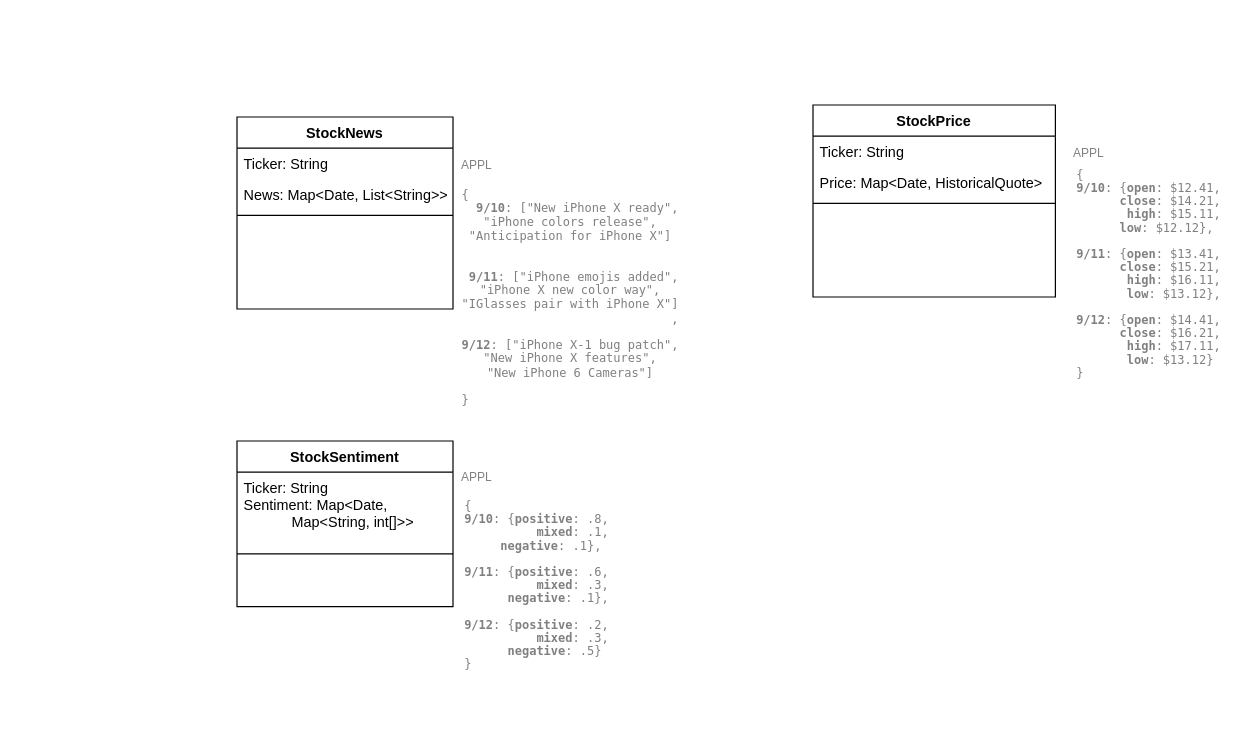
Earlier version of the draw.io diagram Untitled Diagram.drawio (KPPhiri/kpphiri). Source tidied: cells renumbered, new cells numbered last; positions are measured from the earlier drawing's top-left corner, leaving out a move shared by most shapes. Both pictures are drawn from the tidied source at 120%, with x=0, y=0 at pixel (236, 104).
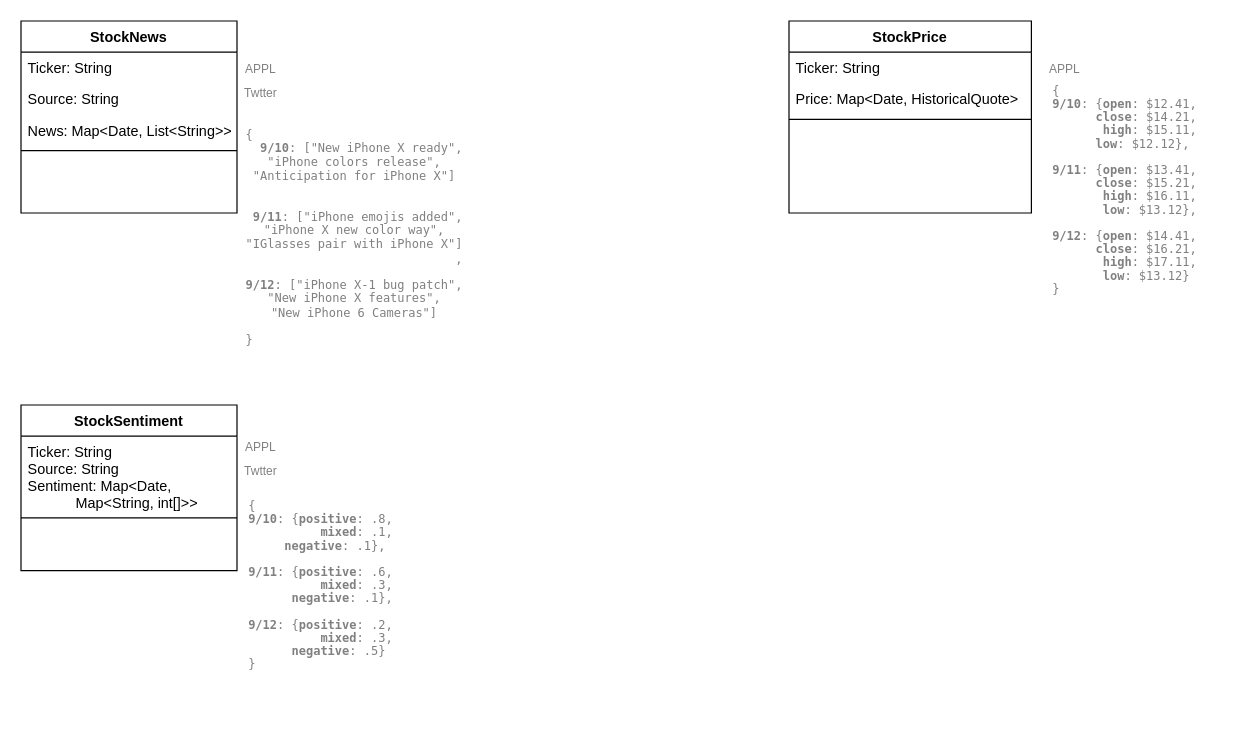
The same page after the edit.

Diff of the diagram source:
```diff
@@
     <mxCell id="2" value="StockNews" style="swimlane;fontStyle=1;align=center;verticalAlign=top;horizontal=1;startSize=26;rounded=0;shadow=0;strokeWidth=1;" parent="1" vertex="1">
-      <mxGeometry y="10" width="180" height="160" as="geometry" />
+      <mxGeometry x="-180" y="-70" width="180" height="160" as="geometry" />
     </mxCell>
@@
+    <mxCell id="20" value="Source: String" style="text;align=left;verticalAlign=top;spacingLeft=4;spacingRight=4;overflow=hidden;" parent="2" vertex="1">
+      <mxGeometry y="52" width="180" height="26" as="geometry" />
+    </mxCell>
     <mxCell id="4" value="News: Map&lt;Date, List&lt;String&gt;&gt;" style="text;align=left;verticalAlign=top;spacingLeft=4;spacingRight=4;overflow=hidden;rounded=0;shadow=0;html=0;" parent="2" vertex="1">
-      <mxGeometry y="52" width="180" height="26" as="geometry" />
+      <mxGeometry y="78" width="180" height="26" as="geometry" />
     </mxCell>
     <mxCell id="5" style="line;html=1;strokeWidth=1;align=left;verticalAlign=middle;spacingTop=-1;spacingLeft=3;spacingRight=3;labelPosition=right;" parent="2" vertex="1">
-      <mxGeometry y="78" width="180" height="8" as="geometry" />
+      <mxGeometry y="104" width="180" height="8" as="geometry" />
     </mxCell>
     <mxCell id="6" value="StockSentiment" style="swimlane;fontStyle=1;align=center;verticalAlign=top;horizontal=1;startSize=26;rounded=0;shadow=0;strokeWidth=1;" parent="1" vertex="1">
-      <mxGeometry y="280" width="180" height="138" as="geometry" />
+      <mxGeometry x="-180" y="250" width="180" height="138" as="geometry" />
     </mxCell>
-    <mxCell id="7" value="Ticker: String&#10;Sentiment: Map&lt;Date, &#10;            Map&lt;String, int[]&gt;&gt; &#10;&#10;&#10;&#10;&#10;&#10;" style="text;align=left;verticalAlign=top;spacingLeft=4;spacingRight=4;overflow=hidden;" parent="6" vertex="1">
+    <mxCell id="7" value="Ticker: String&#10;Source: String&#10;Sentiment: Map&lt;Date, &#10;            Map&lt;String, int[]&gt;&gt; &#10;&#10;&#10;&#10;&#10;&#10;" style="text;align=left;verticalAlign=top;spacingLeft=4;spacingRight=4;overflow=hidden;" parent="6" vertex="1">
       <mxGeometry y="26" width="180" height="64" as="geometry" />
     </mxCell>
@@
     <mxCell id="9" value="StockPrice" style="swimlane;fontStyle=1;align=center;verticalAlign=top;horizontal=1;startSize=26;rounded=0;shadow=0;strokeWidth=1;" parent="1" vertex="1">
-      <mxGeometry x="480" width="202" height="160" as="geometry" />
+      <mxGeometry x="460" y="-70" width="202" height="160" as="geometry" />
     </mxCell>
@@
     <mxCell id="14" value="&lt;font color=&quot;#808080&quot;&gt;APPL&lt;/font&gt;" style="text;html=1;strokeColor=none;fillColor=none;align=center;verticalAlign=middle;whiteSpace=wrap;rounded=0;fontSize=10;" parent="1" vertex="1">
-      <mxGeometry x="180" y="300" width="40" height="20" as="geometry" />
+      <mxGeometry y="275" width="40" height="20" as="geometry" />
     </mxCell>
     <mxCell id="15" value="&lt;font color=&quot;#808080&quot;&gt;APPL&lt;/font&gt;" style="text;html=1;strokeColor=none;fillColor=none;align=center;verticalAlign=middle;whiteSpace=wrap;rounded=0;fontSize=10;" parent="1" vertex="1">
-      <mxGeometry x="690" y="30" width="40" height="20" as="geometry" />
+      <mxGeometry x="670" y="-40" width="40" height="20" as="geometry" />
     </mxCell>
     <mxCell id="16" value="&lt;font color=&quot;#808080&quot;&gt;APPL&lt;/font&gt;" style="text;html=1;strokeColor=none;fillColor=none;align=center;verticalAlign=middle;whiteSpace=wrap;rounded=0;fontSize=10;" parent="1" vertex="1">
-      <mxGeometry x="180" y="40" width="40" height="20" as="geometry" />
+      <mxGeometry y="-40" width="40" height="20" as="geometry" />
     </mxCell>
     <mxCell id="17" value="&lt;p style=&quot;text-align: left ; margin: 0px ; font-stretch: normal ; font-size: 10px ; line-height: normal ; font-family: &amp;#34;menlo&amp;#34; ; color: rgb(128 , 128 , 128)&quot;&gt;{&amp;nbsp;&lt;/p&gt;&lt;p style=&quot;text-align: right ; margin: 0px ; font-stretch: normal ; font-size: 10px ; line-height: normal ; font-family: &amp;#34;menlo&amp;#34; ; color: rgb(128 , 128 , 128)&quot;&gt;&lt;b&gt;9/10&lt;/b&gt;: {&lt;b&gt;open&lt;/b&gt;: $12.41,&lt;/p&gt;&lt;p style=&quot;text-align: right ; margin: 0px ; font-stretch: normal ; font-size: 10px ; line-height: normal ; font-family: &amp;#34;menlo&amp;#34; ; color: rgb(128 , 128 , 128)&quot;&gt;&lt;span&gt;&lt;b&gt; close&lt;/b&gt;: $14.21,&lt;/span&gt;&lt;/p&gt;&lt;p style=&quot;text-align: right ; margin: 0px ; font-stretch: normal ; font-size: 10px ; line-height: normal ; font-family: &amp;#34;menlo&amp;#34; ; color: rgb(128 , 128 , 128)&quot;&gt;&lt;span&gt;&lt;b&gt; high&lt;/b&gt;: $15.11,&lt;/span&gt;&lt;/p&gt;&lt;p style=&quot;text-align: right ; margin: 0px ; font-stretch: normal ; font-size: 10px ; line-height: normal ; font-family: &amp;#34;menlo&amp;#34; ; color: rgb(128 , 128 , 128)&quot;&gt;&lt;span&gt;&lt;b&gt; low&lt;/b&gt;: $12.12},&amp;nbsp;&lt;/span&gt;&lt;/p&gt;&lt;p style=&quot;text-align: right ; margin: 0px ; font-stretch: normal ; font-size: 10px ; line-height: normal ; font-family: &amp;#34;menlo&amp;#34; ; color: rgb(128 , 128 , 128)&quot;&gt;&lt;span&gt;&lt;br&gt;&lt;/span&gt;&lt;/p&gt;&lt;p style=&quot;text-align: right ; margin: 0px ; font-stretch: normal ; line-height: normal ; font-family: &amp;#34;menlo&amp;#34; ; color: rgb(128 , 128 , 128)&quot;&gt;&lt;b&gt;9/11&lt;/b&gt;: {&lt;b&gt;open&lt;/b&gt;: $13.41,&lt;/p&gt;&lt;p style=&quot;text-align: right ; margin: 0px ; font-stretch: normal ; line-height: normal ; font-family: &amp;#34;menlo&amp;#34; ; color: rgb(128 , 128 , 128)&quot;&gt;&lt;span&gt;&lt;b&gt; close&lt;/b&gt;: $15.21,&lt;/span&gt;&lt;/p&gt;&lt;p style=&quot;text-align: right ; margin: 0px ; font-stretch: normal ; line-height: normal ; font-family: &amp;#34;menlo&amp;#34; ; color: rgb(128 , 128 , 128)&quot;&gt;&lt;span&gt;&lt;b&gt; high&lt;/b&gt;: $16.11,&lt;/span&gt;&lt;/p&gt;&lt;p style=&quot;text-align: right ; margin: 0px ; font-stretch: normal ; font-size: 10px ; line-height: normal ; font-family: &amp;#34;menlo&amp;#34; ; color: rgb(128 , 128 , 128)&quot;&gt;&lt;b&gt; low&lt;/b&gt;: $13.12},&lt;/p&gt;&lt;p style=&quot;text-align: right ; margin: 0px ; font-stretch: normal ; font-size: 10px ; line-height: normal ; font-family: &amp;#34;menlo&amp;#34; ; color: rgb(128 , 128 , 128)&quot;&gt;&lt;span&gt;&lt;br&gt;&lt;/span&gt;&lt;/p&gt;&lt;p style=&quot;text-align: right ; margin: 0px ; font-stretch: normal ; line-height: normal ; font-family: &amp;#34;menlo&amp;#34; ; color: rgb(128 , 128 , 128)&quot;&gt;&lt;b&gt;9/12&lt;/b&gt;: {&lt;b&gt;open&lt;/b&gt;: $14.41,&lt;/p&gt;&lt;p style=&quot;text-align: right ; margin: 0px ; font-stretch: normal ; line-height: normal ; font-family: &amp;#34;menlo&amp;#34; ; color: rgb(128 , 128 , 128)&quot;&gt;&lt;span&gt;&lt;b&gt; close&lt;/b&gt;: $16.21,&lt;/span&gt;&lt;/p&gt;&lt;p style=&quot;text-align: right ; margin: 0px ; font-stretch: normal ; line-height: normal ; font-family: &amp;#34;menlo&amp;#34; ; color: rgb(128 , 128 , 128)&quot;&gt;&lt;span&gt;&lt;b&gt; high&lt;/b&gt;: $17.11,&lt;/span&gt;&lt;/p&gt;&lt;p style=&quot;text-align: right ; margin: 0px ; font-stretch: normal ; font-size: 10px ; line-height: normal ; font-family: &amp;#34;menlo&amp;#34; ; color: rgb(128 , 128 , 128)&quot;&gt;&lt;b&gt; low&lt;/b&gt;: $13.12}&lt;span style=&quot;text-align: right&quot;&gt;&amp;nbsp;&lt;/span&gt;&lt;/p&gt;&lt;p style=&quot;text-align: left ; margin: 0px ; font-stretch: normal ; font-size: 10px ; line-height: normal ; font-family: &amp;#34;menlo&amp;#34; ; color: rgb(128 , 128 , 128)&quot;&gt;&lt;span style=&quot;text-align: right&quot;&gt;}&lt;/span&gt;&lt;/p&gt;&lt;p&gt;&lt;/p&gt;" style="text;html=1;strokeColor=none;fillColor=none;align=center;verticalAlign=middle;whiteSpace=wrap;rounded=0;fontSize=10;" parent="1" vertex="1">
-      <mxGeometry x="690" y="40" width="140" height="210" as="geometry" />
+      <mxGeometry x="670" y="-30" width="140" height="210" as="geometry" />
     </mxCell>
     <mxCell id="18" value="&lt;p style=&quot;text-align: left ; margin: 0px ; font-stretch: normal ; font-size: 10px ; line-height: normal ; font-family: &amp;#34;menlo&amp;#34; ; color: rgb(128 , 128 , 128)&quot;&gt;{&amp;nbsp;&lt;/p&gt;&lt;p style=&quot;text-align: right ; margin: 0px ; font-stretch: normal ; font-size: 10px ; line-height: normal ; font-family: &amp;#34;menlo&amp;#34; ; color: rgb(128 , 128 , 128)&quot;&gt;&lt;b&gt;9/10&lt;/b&gt;: [&quot;New iPhone X ready&quot;,&lt;/p&gt;&lt;span style=&quot;text-align: right&quot;&gt;&lt;font color=&quot;#808080&quot; face=&quot;menlo&quot;&gt;&quot;&lt;span&gt;iPhone&lt;/span&gt;&amp;nbsp;colors release&quot;,&lt;/font&gt;&lt;br&gt;&lt;/span&gt;&lt;span style=&quot;text-align: right&quot;&gt;&lt;font color=&quot;#808080&quot; face=&quot;menlo&quot;&gt;&quot;Anticipation for&amp;nbsp;&lt;span&gt;iPhone&lt;/span&gt;&amp;nbsp;X&quot;]&lt;/font&gt;&lt;/span&gt;&lt;span style=&quot;color: rgb(128 , 128 , 128) ; font-family: &amp;#34;menlo&amp;#34; ; text-align: right&quot;&gt;&lt;br&gt;&lt;/span&gt;&lt;p style=&quot;text-align: right ; margin: 0px ; font-stretch: normal ; font-size: 10px ; line-height: normal ; font-family: &amp;#34;menlo&amp;#34; ; color: rgb(128 , 128 , 128)&quot;&gt;&amp;nbsp;&lt;/p&gt;&lt;p style=&quot;text-align: right ; margin: 0px ; font-stretch: normal ; font-size: 10px ; line-height: normal ; font-family: &amp;#34;menlo&amp;#34; ; color: rgb(128 , 128 , 128)&quot;&gt;&lt;span&gt;&lt;br&gt;&lt;/span&gt;&lt;/p&gt;&lt;p style=&quot;text-align: right ; margin: 0px ; font-stretch: normal ; line-height: normal ; font-family: &amp;#34;menlo&amp;#34; ; color: rgb(128 , 128 , 128)&quot;&gt;&lt;b&gt;9/11&lt;/b&gt;: [&quot;iPhone emojis added&quot;,&lt;/p&gt;&lt;span style=&quot;text-align: right&quot;&gt;&lt;font color=&quot;#808080&quot; face=&quot;menlo&quot;&gt;&quot;&lt;span&gt;iPhone X&lt;/span&gt;&amp;nbsp;new color way&quot;,&lt;/font&gt;&lt;br&gt;&lt;/span&gt;&lt;span style=&quot;text-align: right&quot;&gt;&lt;font color=&quot;#808080&quot; face=&quot;menlo&quot;&gt;&quot;IGlasses pair with&amp;nbsp;&lt;span&gt;iPhone&lt;/span&gt;&amp;nbsp;X&quot;]&lt;/font&gt;&lt;/span&gt;&lt;span style=&quot;color: rgb(128 , 128 , 128) ; font-family: &amp;#34;menlo&amp;#34; ; text-align: right&quot;&gt;&lt;br&gt;&lt;/span&gt;&lt;p style=&quot;text-align: right ; margin: 0px ; font-stretch: normal ; font-size: 10px ; line-height: normal ; font-family: &amp;#34;menlo&amp;#34; ; color: rgb(128 , 128 , 128)&quot;&gt;,&lt;/p&gt;&lt;p style=&quot;text-align: right ; margin: 0px ; font-stretch: normal ; font-size: 10px ; line-height: normal ; font-family: &amp;#34;menlo&amp;#34; ; color: rgb(128 , 128 , 128)&quot;&gt;&lt;span&gt;&lt;br&gt;&lt;/span&gt;&lt;/p&gt;&lt;p style=&quot;text-align: right ; margin: 0px ; font-stretch: normal ; line-height: normal ; font-family: &amp;#34;menlo&amp;#34; ; color: rgb(128 , 128 , 128)&quot;&gt;&lt;b&gt;9/12&lt;/b&gt;: [&quot;iPhone X-1 bug patch&quot;,&lt;/p&gt;&lt;span style=&quot;color: rgb(128 , 128 , 128) ; font-family: &amp;#34;menlo&amp;#34; ; text-align: right&quot;&gt;&quot;New iPhone X features&quot;,&lt;br&gt;&lt;/span&gt;&lt;span style=&quot;color: rgb(128 , 128 , 128) ; font-family: &amp;#34;menlo&amp;#34; ; text-align: right&quot;&gt;&quot;New iPhone 6 Cameras&quot;]&lt;/span&gt;&lt;span style=&quot;color: rgb(128 , 128 , 128) ; font-family: &amp;#34;menlo&amp;#34; ; text-align: right&quot;&gt;&lt;br&gt;&lt;/span&gt;&lt;p style=&quot;text-align: right ; margin: 0px ; font-stretch: normal ; font-size: 10px ; line-height: normal ; font-family: &amp;#34;menlo&amp;#34; ; color: rgb(128 , 128 , 128)&quot;&gt;&lt;span style=&quot;text-align: right&quot;&gt;&amp;nbsp;&lt;/span&gt;&lt;/p&gt;&lt;p style=&quot;text-align: left ; margin: 0px ; font-stretch: normal ; font-size: 10px ; line-height: normal ; font-family: &amp;#34;menlo&amp;#34; ; color: rgb(128 , 128 , 128)&quot;&gt;&lt;span style=&quot;text-align: right&quot;&gt;}&lt;/span&gt;&lt;/p&gt;&lt;p&gt;&lt;/p&gt;" style="text;html=1;strokeColor=none;fillColor=none;align=center;verticalAlign=middle;whiteSpace=wrap;rounded=0;fontSize=10;" parent="1" vertex="1">
-      <mxGeometry x="170" y="60" width="216" height="210" as="geometry" />
+      <mxGeometry x="-10" y="10" width="216" height="210" as="geometry" />
     </mxCell>
     <mxCell id="19" value="&lt;p style=&quot;text-align: left ; margin: 0px ; font-stretch: normal ; font-size: 10px ; line-height: normal ; font-family: &amp;#34;menlo&amp;#34; ; color: rgb(128 , 128 , 128)&quot;&gt;{&amp;nbsp;&lt;/p&gt;&lt;p style=&quot;text-align: right ; margin: 0px ; font-stretch: normal ; font-size: 10px ; line-height: normal ; font-family: &amp;#34;menlo&amp;#34; ; color: rgb(128 , 128 , 128)&quot;&gt;&lt;b&gt;9/10&lt;/b&gt;: {&lt;b&gt;positive&lt;/b&gt;: .8,&lt;/p&gt;&lt;p style=&quot;text-align: right ; margin: 0px ; font-stretch: normal ; font-size: 10px ; line-height: normal ; font-family: &amp;#34;menlo&amp;#34; ; color: rgb(128 , 128 , 128)&quot;&gt;&lt;span&gt;&lt;b&gt; mixed&lt;/b&gt;: .1,&lt;/span&gt;&lt;/p&gt;&lt;p style=&quot;text-align: right ; margin: 0px ; font-stretch: normal ; font-size: 10px ; line-height: normal ; font-family: &amp;#34;menlo&amp;#34; ; color: rgb(128 , 128 , 128)&quot;&gt;&lt;span&gt;&lt;b&gt; negative&lt;/b&gt;: .1&lt;/span&gt;},&amp;nbsp;&lt;/p&gt;&lt;p style=&quot;text-align: right ; margin: 0px ; font-stretch: normal ; font-size: 10px ; line-height: normal ; font-family: &amp;#34;menlo&amp;#34; ; color: rgb(128 , 128 , 128)&quot;&gt;&lt;span&gt;&lt;br&gt;&lt;/span&gt;&lt;/p&gt;&lt;p style=&quot;text-align: right ; margin: 0px ; font-stretch: normal ; line-height: normal ; font-family: &amp;#34;menlo&amp;#34; ; color: rgb(128 , 128 , 128)&quot;&gt;&lt;b&gt;9/11&lt;/b&gt;: {&lt;b&gt;positive&lt;/b&gt;: .6,&lt;/p&gt;&lt;p style=&quot;text-align: right ; margin: 0px ; font-stretch: normal ; line-height: normal ; font-family: &amp;#34;menlo&amp;#34; ; color: rgb(128 , 128 , 128)&quot;&gt;&lt;b&gt;mixed&lt;/b&gt;: .3,&lt;/p&gt;&lt;p style=&quot;text-align: right ; margin: 0px ; font-stretch: normal ; font-size: 10px ; line-height: normal ; font-family: &amp;#34;menlo&amp;#34; ; color: rgb(128 , 128 , 128)&quot;&gt;&lt;b&gt;negative&lt;/b&gt;: .1},&lt;/p&gt;&lt;p style=&quot;text-align: right ; margin: 0px ; font-stretch: normal ; font-size: 10px ; line-height: normal ; font-family: &amp;#34;menlo&amp;#34; ; color: rgb(128 , 128 , 128)&quot;&gt;&lt;span&gt;&lt;br&gt;&lt;/span&gt;&lt;/p&gt;&lt;p style=&quot;text-align: right ; margin: 0px ; font-stretch: normal ; line-height: normal ; font-family: &amp;#34;menlo&amp;#34; ; color: rgb(128 , 128 , 128)&quot;&gt;&lt;b&gt;9/12&lt;/b&gt;: {&lt;b&gt;positive&lt;/b&gt;: .2,&lt;/p&gt;&lt;p style=&quot;text-align: right ; margin: 0px ; font-stretch: normal ; line-height: normal ; font-family: &amp;#34;menlo&amp;#34; ; color: rgb(128 , 128 , 128)&quot;&gt;&lt;b&gt;mixed&lt;/b&gt;: .3,&lt;/p&gt;&lt;p style=&quot;text-align: right ; margin: 0px ; font-stretch: normal ; font-size: 10px ; line-height: normal ; font-family: &amp;#34;menlo&amp;#34; ; color: rgb(128 , 128 , 128)&quot;&gt;&lt;b&gt;negative&lt;/b&gt;: .5}&lt;span style=&quot;text-align: right&quot;&gt;&amp;nbsp;&lt;/span&gt;&lt;/p&gt;&lt;p style=&quot;text-align: left ; margin: 0px ; font-stretch: normal ; font-size: 10px ; line-height: normal ; font-family: &amp;#34;menlo&amp;#34; ; color: rgb(128 , 128 , 128)&quot;&gt;&lt;span style=&quot;text-align: right&quot;&gt;}&lt;/span&gt;&lt;/p&gt;&lt;p&gt;&lt;/p&gt;" style="text;html=1;strokeColor=none;fillColor=none;align=center;verticalAlign=middle;whiteSpace=wrap;rounded=0;fontSize=10;" parent="1" vertex="1">
-      <mxGeometry x="180" y="300" width="140" height="210" as="geometry" />
+      <mxGeometry y="310" width="140" height="190" as="geometry" />
     </mxCell>
+    <mxCell id="21" value="&lt;font color=&quot;#808080&quot;&gt;Twtter&lt;/font&gt;" style="text;html=1;strokeColor=none;fillColor=none;align=center;verticalAlign=middle;whiteSpace=wrap;rounded=0;fontSize=10;" parent="1" vertex="1">
+      <mxGeometry y="-20" width="40" height="20" as="geometry" />
+    </mxCell>
+    <mxCell id="22" value="&lt;font color=&quot;#808080&quot;&gt;Twtter&lt;/font&gt;" style="text;html=1;strokeColor=none;fillColor=none;align=center;verticalAlign=middle;whiteSpace=wrap;rounded=0;fontSize=10;" parent="1" vertex="1">
+      <mxGeometry y="295" width="40" height="20" as="geometry" />
+    </mxCell>
```
